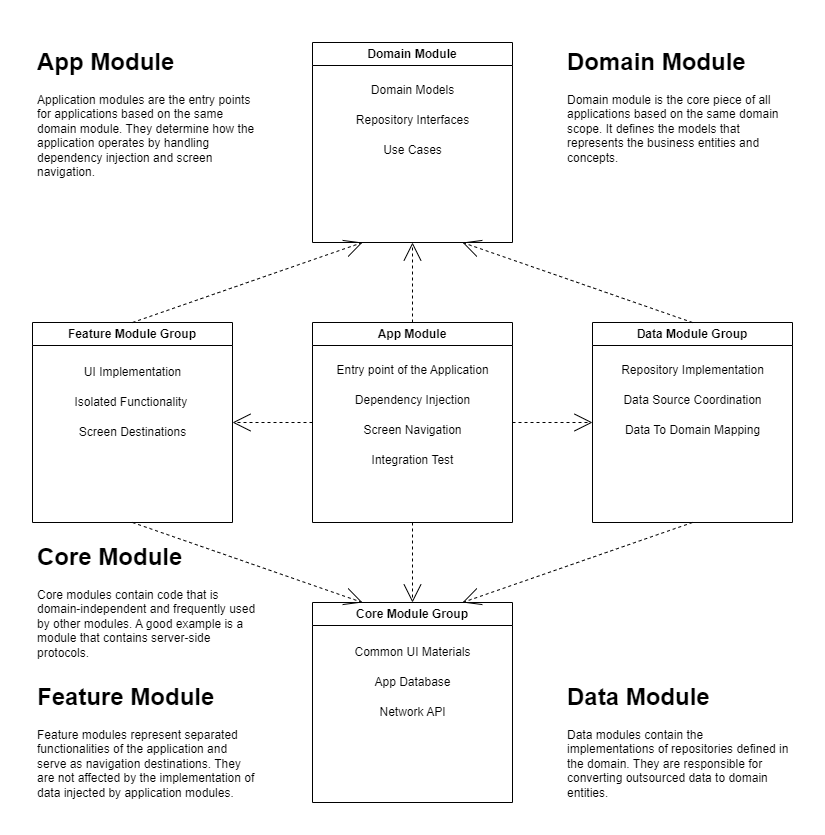
The draw.io diagram docs/diagrams/Android App Architecture Overview.png in Deathhit/TaipeiTour, before a commit. Source tidied: cells renumbered, new cells last; positions are measured from the earlier drawing's top-left corner, leaving out a move shared by most shapes. Its diagram source:
```xml
<mxGraphModel>
  <root>
    <mxCell id="0" />
    <mxCell id="1" parent="0" />
    <mxCell id="2" style="group;" parent="1" vertex="1">
      <mxGeometry width="760" height="760" as="geometry" />
    </mxCell>
    <mxCell id="3" value="Feature Module Group" style="swimlane;whiteSpace=wrap;html=1;" parent="2" vertex="1">
      <mxGeometry y="280" width="200" height="200" as="geometry" />
    </mxCell>
    <mxCell id="4" value="App Module" style="swimlane;whiteSpace=wrap;html=1;" parent="2" vertex="1">
      <mxGeometry x="280" y="280" width="200" height="200" as="geometry" />
    </mxCell>
    <mxCell id="5" value="Data Module Group" style="swimlane;whiteSpace=wrap;html=1;" parent="2" vertex="1">
      <mxGeometry x="560" y="280" width="200" height="200" as="geometry" />
    </mxCell>
    <mxCell id="6" value="Core Module Group" style="swimlane;whiteSpace=wrap;html=1;" parent="2" vertex="1">
      <mxGeometry x="280" y="560" width="200" height="200" as="geometry" />
    </mxCell>
    <mxCell id="7" value="Domain Module" style="swimlane;whiteSpace=wrap;html=1;" parent="2" vertex="1">
      <mxGeometry x="280" width="200" height="200" as="geometry" />
    </mxCell>
    <mxCell id="8" style="edgeStyle=none;rounded=0;html=1;dashed=1;labelBackgroundColor=none;startArrow=none;startFill=0;startSize=8;endArrow=open;endFill=0;endSize=16;fontFamily=Verdana;fontSize=12;entryX=0.25;entryY=1;entryDx=0;entryDy=0;exitX=0.5;exitY=0;exitDx=0;exitDy=0;" parent="2" edge="1" source="3" target="7">
      <mxGeometry relative="1" as="geometry" />
    </mxCell>
    <mxCell id="9" style="edgeStyle=none;rounded=0;html=1;dashed=1;labelBackgroundColor=none;startArrow=none;startFill=0;startSize=8;endArrow=open;endFill=0;endSize=16;fontFamily=Verdana;fontSize=12;exitX=0.5;exitY=0;exitDx=0;exitDy=0;entryX=0.5;entryY=1;entryDx=0;entryDy=0;" parent="2" edge="1" source="4" target="7">
      <mxGeometry relative="1" as="geometry" />
    </mxCell>
    <mxCell id="10" style="edgeStyle=none;rounded=0;html=1;dashed=1;labelBackgroundColor=none;startArrow=none;startFill=0;startSize=8;endArrow=open;endFill=0;endSize=16;fontFamily=Verdana;fontSize=12;exitX=0.5;exitY=0;exitDx=0;exitDy=0;entryX=0.75;entryY=1;entryDx=0;entryDy=0;" parent="2" edge="1" source="5" target="7">
      <mxGeometry relative="1" as="geometry" />
    </mxCell>
    <mxCell id="11" style="edgeStyle=none;rounded=0;html=1;dashed=1;labelBackgroundColor=none;startArrow=none;startFill=0;startSize=8;endArrow=open;endFill=0;endSize=16;fontFamily=Verdana;fontSize=12;entryX=1;entryY=0.5;entryDx=0;entryDy=0;exitX=0;exitY=0.5;exitDx=0;exitDy=0;" parent="2" edge="1" source="4" target="3">
      <mxGeometry relative="1" as="geometry" />
    </mxCell>
    <mxCell id="12" style="edgeStyle=none;rounded=0;html=1;dashed=1;labelBackgroundColor=none;startArrow=none;startFill=0;startSize=8;endArrow=open;endFill=0;endSize=16;fontFamily=Verdana;fontSize=12;entryX=0;entryY=0.5;entryDx=0;entryDy=0;exitX=1;exitY=0.5;exitDx=0;exitDy=0;" parent="2" edge="1" source="4" target="5">
      <mxGeometry relative="1" as="geometry" />
    </mxCell>
    <mxCell id="13" style="edgeStyle=none;rounded=0;html=1;dashed=1;labelBackgroundColor=none;startArrow=none;startFill=0;startSize=8;endArrow=open;endFill=0;endSize=16;fontFamily=Verdana;fontSize=12;entryX=0.25;entryY=0;entryDx=0;entryDy=0;exitX=0.5;exitY=1;exitDx=0;exitDy=0;" parent="2" edge="1" source="3" target="6">
      <mxGeometry relative="1" as="geometry" />
    </mxCell>
    <mxCell id="14" style="edgeStyle=none;rounded=0;html=1;dashed=1;labelBackgroundColor=none;startArrow=none;startFill=0;startSize=8;endArrow=open;endFill=0;endSize=16;fontFamily=Verdana;fontSize=12;exitX=0.5;exitY=1;exitDx=0;exitDy=0;entryX=0.5;entryY=0;entryDx=0;entryDy=0;" parent="2" edge="1" source="4" target="6">
      <mxGeometry relative="1" as="geometry" />
    </mxCell>
    <mxCell id="15" style="edgeStyle=none;rounded=0;html=1;dashed=1;labelBackgroundColor=none;startArrow=none;startFill=0;startSize=8;endArrow=open;endFill=0;endSize=16;fontFamily=Verdana;fontSize=12;exitX=0.5;exitY=1;exitDx=0;exitDy=0;entryX=0.75;entryY=0;entryDx=0;entryDy=0;" parent="2" edge="1" source="5" target="6">
      <mxGeometry relative="1" as="geometry" />
    </mxCell>
    <mxCell id="16" value="Isolated Functionality&amp;nbsp;" style="text;html=1;align=center;verticalAlign=middle;strokeColor=none;fillColor=none;" parent="2" vertex="1">
      <mxGeometry x="30" y="345" width="140" height="30" as="geometry" />
    </mxCell>
    <mxCell id="17" value="Screen Destinations" style="text;html=1;align=center;verticalAlign=middle;strokeColor=none;fillColor=none;" parent="2" vertex="1">
      <mxGeometry x="35" y="375" width="130" height="30" as="geometry" />
    </mxCell>
    <mxCell id="18" value="UI Implementation" style="text;html=1;align=center;verticalAlign=middle;strokeColor=none;fillColor=none;" parent="2" vertex="1">
      <mxGeometry x="40" y="315" width="120" height="30" as="geometry" />
    </mxCell>
    <mxCell id="19" value="Repository Implementation" style="text;html=1;align=center;verticalAlign=middle;strokeColor=none;fillColor=none;" parent="2" vertex="1">
      <mxGeometry x="575" y="313" width="170" height="30" as="geometry" />
    </mxCell>
    <mxCell id="20" value="Data Source Coordination" style="text;html=1;align=center;verticalAlign=middle;strokeColor=none;fillColor=none;" parent="2" vertex="1">
      <mxGeometry x="580" y="343" width="160" height="30" as="geometry" />
    </mxCell>
    <mxCell id="21" value="Data To Domain Mapping" style="text;html=1;align=center;verticalAlign=middle;strokeColor=none;fillColor=none;" parent="2" vertex="1">
      <mxGeometry x="580" y="373" width="160" height="30" as="geometry" />
    </mxCell>
    <mxCell id="22" value="Common UI Materials" style="text;html=1;align=center;verticalAlign=middle;strokeColor=none;fillColor=none;" parent="2" vertex="1">
      <mxGeometry x="310" y="595" width="140" height="30" as="geometry" />
    </mxCell>
    <mxCell id="23" value="App Database" style="text;html=1;align=center;verticalAlign=middle;strokeColor=none;fillColor=none;" parent="2" vertex="1">
      <mxGeometry x="330" y="625" width="100" height="30" as="geometry" />
    </mxCell>
    <mxCell id="24" value="Network API" style="text;html=1;align=center;verticalAlign=middle;strokeColor=none;fillColor=none;" parent="2" vertex="1">
      <mxGeometry x="335" y="655" width="90" height="30" as="geometry" />
    </mxCell>
    <mxCell id="25" value="Domain Models" style="text;html=1;align=center;verticalAlign=middle;strokeColor=none;fillColor=none;" parent="2" vertex="1">
      <mxGeometry x="325" y="33" width="110" height="30" as="geometry" />
    </mxCell>
    <mxCell id="26" value="Repository Interfaces" style="text;html=1;align=center;verticalAlign=middle;strokeColor=none;fillColor=none;" parent="2" vertex="1">
      <mxGeometry x="310" y="63" width="140" height="30" as="geometry" />
    </mxCell>
    <mxCell id="27" value="Use Cases" style="text;html=1;align=center;verticalAlign=middle;strokeColor=none;fillColor=none;" parent="2" vertex="1">
      <mxGeometry x="340" y="93" width="80" height="30" as="geometry" />
    </mxCell>
    <mxCell id="28" value="&lt;h1&gt;App Module&lt;/h1&gt;&lt;p&gt;Application modules are the entry points for applications based on the same domain module. They determine how the application operates by handling dependency injection and screen navigation.&amp;nbsp;&lt;/p&gt;" style="text;html=1;strokeColor=none;fillColor=none;spacing=5;spacingTop=-20;whiteSpace=wrap;overflow=hidden;rounded=0;" parent="2" vertex="1">
      <mxGeometry width="230" height="145" as="geometry" />
    </mxCell>
    <mxCell id="29" value="&lt;h1&gt;Feature Module&lt;/h1&gt;&lt;p&gt;Feature modules represent separated functionalities of the application and serve as navigation destinations. They are not affected by the implementation of data injected by application modules.&lt;br&gt;&lt;/p&gt;" style="text;html=1;strokeColor=none;fillColor=none;spacing=5;spacingTop=-20;whiteSpace=wrap;overflow=hidden;rounded=0;" parent="2" vertex="1">
      <mxGeometry y="635" width="230" height="125" as="geometry" />
    </mxCell>
    <mxCell id="30" value="&lt;h1&gt;Data Module&lt;/h1&gt;&lt;p&gt;Data modules contain the implementations of repositories defined in the domain. They are responsible for converting outsourced data to domain entities.&lt;/p&gt;" style="text;html=1;strokeColor=none;fillColor=none;spacing=5;spacingTop=-20;whiteSpace=wrap;overflow=hidden;rounded=0;" parent="2" vertex="1">
      <mxGeometry x="530" y="635" width="230" height="125" as="geometry" />
    </mxCell>
    <mxCell id="31" value="&lt;h1&gt;Core Module&lt;/h1&gt;&lt;p&gt;Core modules contain code that is domain-independent and frequently used by other modules. A good example is a module that contains server-side protocols.&lt;/p&gt;" style="text;html=1;strokeColor=none;fillColor=none;spacing=5;spacingTop=-20;whiteSpace=wrap;overflow=hidden;rounded=0;" parent="2" vertex="1">
      <mxGeometry y="495" width="230" height="130" as="geometry" />
    </mxCell>
    <mxCell id="32" value="Entry point of the Application" style="text;html=1;align=center;verticalAlign=middle;strokeColor=none;fillColor=none;" parent="2" vertex="1">
      <mxGeometry x="290" y="313" width="180" height="30" as="geometry" />
    </mxCell>
    <mxCell id="33" value="Dependency Injection" style="text;html=1;align=center;verticalAlign=middle;strokeColor=none;fillColor=none;" parent="2" vertex="1">
      <mxGeometry x="310" y="343" width="140" height="30" as="geometry" />
    </mxCell>
    <mxCell id="34" value="Screen Navigation" style="text;html=1;align=center;verticalAlign=middle;strokeColor=none;fillColor=none;" parent="2" vertex="1">
      <mxGeometry x="320" y="373" width="120" height="30" as="geometry" />
    </mxCell>
    <mxCell id="35" value="Integration Test" style="text;html=1;align=center;verticalAlign=middle;strokeColor=none;fillColor=none;" parent="2" vertex="1">
      <mxGeometry x="325" y="403" width="110" height="30" as="geometry" />
    </mxCell>
    <mxCell id="36" value="&lt;h1&gt;Domain Module&lt;/h1&gt;&lt;p&gt;Domain module is the core piece of all applications based on the same domain scope. It defines the models that represents the business entities and concepts.&lt;/p&gt;" style="text;html=1;strokeColor=none;fillColor=none;spacing=5;spacingTop=-20;whiteSpace=wrap;overflow=hidden;rounded=0;" parent="2" vertex="1">
      <mxGeometry x="530" width="230" height="145" as="geometry" />
    </mxCell>
  </root>
</mxGraphModel>
```
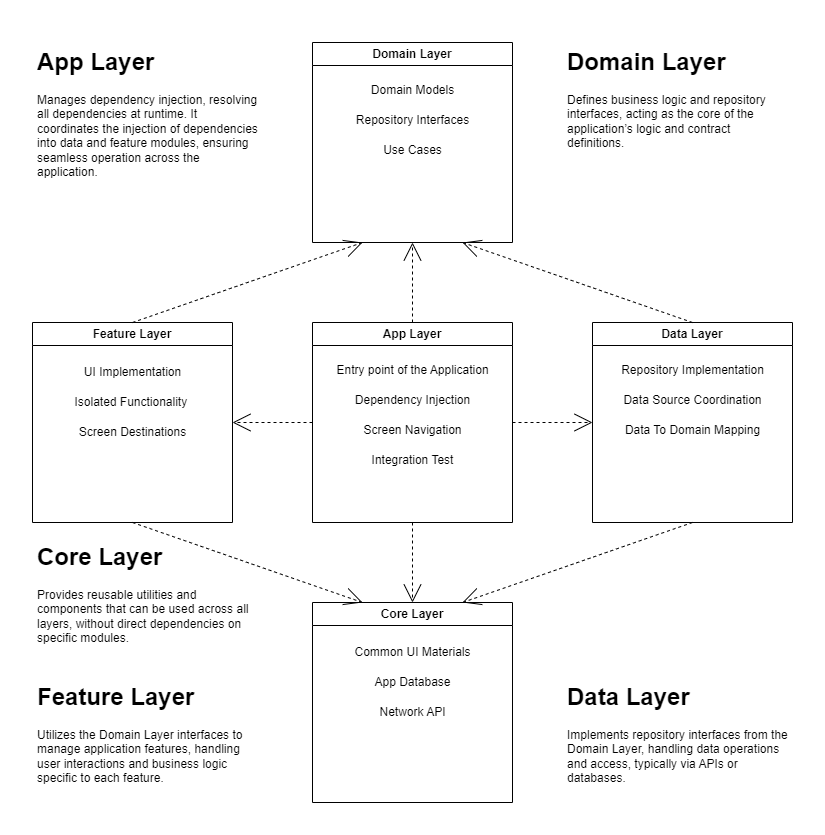
Later version of the same file.

Commit message:
Update the architecture overview diagram.

Change to the diagram source:
```diff
@@ -5,19 +5,19 @@
     <mxCell id="2" style="group;" parent="1" vertex="1">
       <mxGeometry width="760" height="760" as="geometry" />
     </mxCell>
-    <mxCell id="3" value="Feature Module Group" style="swimlane;whiteSpace=wrap;html=1;" parent="2" vertex="1">
+    <mxCell id="3" value="Feature Layer" style="swimlane;whiteSpace=wrap;html=1;" parent="2" vertex="1">
       <mxGeometry y="280" width="200" height="200" as="geometry" />
     </mxCell>
-    <mxCell id="4" value="App Module" style="swimlane;whiteSpace=wrap;html=1;" parent="2" vertex="1">
+    <mxCell id="4" value="App Layer" style="swimlane;whiteSpace=wrap;html=1;" parent="2" vertex="1">
       <mxGeometry x="280" y="280" width="200" height="200" as="geometry" />
     </mxCell>
-    <mxCell id="5" value="Data Module Group" style="swimlane;whiteSpace=wrap;html=1;" parent="2" vertex="1">
+    <mxCell id="5" value="Data Layer" style="swimlane;whiteSpace=wrap;html=1;" parent="2" vertex="1">
       <mxGeometry x="560" y="280" width="200" height="200" as="geometry" />
     </mxCell>
-    <mxCell id="6" value="Core Module Group" style="swimlane;whiteSpace=wrap;html=1;" parent="2" vertex="1">
+    <mxCell id="6" value="Core Layer" style="swimlane;whiteSpace=wrap;html=1;" parent="2" vertex="1">
       <mxGeometry x="280" y="560" width="200" height="200" as="geometry" />
     </mxCell>
-    <mxCell id="7" value="Domain Module" style="swimlane;whiteSpace=wrap;html=1;" parent="2" vertex="1">
+    <mxCell id="7" value="Domain Layer" style="swimlane;whiteSpace=wrap;html=1;" parent="2" vertex="1">
       <mxGeometry x="280" width="200" height="200" as="geometry" />
     </mxCell>
     <mxCell id="8" style="edgeStyle=none;rounded=0;html=1;dashed=1;labelBackgroundColor=none;startArrow=none;startFill=0;startSize=8;endArrow=open;endFill=0;endSize=16;fontFamily=Verdana;fontSize=12;entryX=0.25;entryY=1;entryDx=0;entryDy=0;exitX=0.5;exitY=0;exitDx=0;exitDy=0;" parent="2" edge="1" source="3" target="7">
@@ -80,16 +80,16 @@
     <mxCell id="27" value="Use Cases" style="text;html=1;align=center;verticalAlign=middle;strokeColor=none;fillColor=none;" parent="2" vertex="1">
       <mxGeometry x="340" y="93" width="80" height="30" as="geometry" />
     </mxCell>
-    <mxCell id="28" value="&lt;h1&gt;App Module&lt;/h1&gt;&lt;p&gt;Application modules are the entry points for applications based on the same domain module. They determine how the application operates by handling dependency injection and screen navigation.&amp;nbsp;&lt;/p&gt;" style="text;html=1;strokeColor=none;fillColor=none;spacing=5;spacingTop=-20;whiteSpace=wrap;overflow=hidden;rounded=0;" parent="2" vertex="1">
+    <mxCell id="28" value="&lt;h1&gt;App Layer&lt;/h1&gt;&lt;p&gt;Manages dependency injection, resolving all dependencies at runtime. It coordinates the injection of dependencies into data and feature modules, ensuring seamless operation across the application.&lt;/p&gt;" style="text;html=1;strokeColor=none;fillColor=none;spacing=5;spacingTop=-20;whiteSpace=wrap;overflow=hidden;rounded=0;" parent="2" vertex="1">
       <mxGeometry width="230" height="145" as="geometry" />
     </mxCell>
-    <mxCell id="29" value="&lt;h1&gt;Feature Module&lt;/h1&gt;&lt;p&gt;Feature modules represent separated functionalities of the application and serve as navigation destinations. They are not affected by the implementation of data injected by application modules.&lt;br&gt;&lt;/p&gt;" style="text;html=1;strokeColor=none;fillColor=none;spacing=5;spacingTop=-20;whiteSpace=wrap;overflow=hidden;rounded=0;" parent="2" vertex="1">
+    <mxCell id="29" value="&lt;h1&gt;Feature Layer&lt;/h1&gt;&lt;p&gt;Utilizes the Domain Layer interfaces to manage application features, handling user interactions and business logic specific to each feature.&lt;br&gt;&lt;/p&gt;" style="text;html=1;strokeColor=none;fillColor=none;spacing=5;spacingTop=-20;whiteSpace=wrap;overflow=hidden;rounded=0;" parent="2" vertex="1">
       <mxGeometry y="635" width="230" height="125" as="geometry" />
     </mxCell>
-    <mxCell id="30" value="&lt;h1&gt;Data Module&lt;/h1&gt;&lt;p&gt;Data modules contain the implementations of repositories defined in the domain. They are responsible for converting outsourced data to domain entities.&lt;/p&gt;" style="text;html=1;strokeColor=none;fillColor=none;spacing=5;spacingTop=-20;whiteSpace=wrap;overflow=hidden;rounded=0;" parent="2" vertex="1">
+    <mxCell id="30" value="&lt;h1&gt;Data Layer&lt;/h1&gt;&lt;p&gt;Implements repository interfaces from the Domain Layer, handling data operations and access, typically via APIs or databases.&lt;/p&gt;" style="text;html=1;strokeColor=none;fillColor=none;spacing=5;spacingTop=-20;whiteSpace=wrap;overflow=hidden;rounded=0;" parent="2" vertex="1">
       <mxGeometry x="530" y="635" width="230" height="125" as="geometry" />
     </mxCell>
-    <mxCell id="31" value="&lt;h1&gt;Core Module&lt;/h1&gt;&lt;p&gt;Core modules contain code that is domain-independent and frequently used by other modules. A good example is a module that contains server-side protocols.&lt;/p&gt;" style="text;html=1;strokeColor=none;fillColor=none;spacing=5;spacingTop=-20;whiteSpace=wrap;overflow=hidden;rounded=0;" parent="2" vertex="1">
+    <mxCell id="31" value="&lt;h1&gt;Core Layer&lt;/h1&gt;&lt;p&gt;Provides reusable utilities and components that can be used across all layers, without direct dependencies on specific modules.&lt;/p&gt;" style="text;html=1;strokeColor=none;fillColor=none;spacing=5;spacingTop=-20;whiteSpace=wrap;overflow=hidden;rounded=0;" parent="2" vertex="1">
       <mxGeometry y="495" width="230" height="130" as="geometry" />
     </mxCell>
     <mxCell id="32" value="Entry point of the Application" style="text;html=1;align=center;verticalAlign=middle;strokeColor=none;fillColor=none;" parent="2" vertex="1">
@@ -104,7 +104,7 @@
     <mxCell id="35" value="Integration Test" style="text;html=1;align=center;verticalAlign=middle;strokeColor=none;fillColor=none;" parent="2" vertex="1">
       <mxGeometry x="325" y="403" width="110" height="30" as="geometry" />
     </mxCell>
-    <mxCell id="36" value="&lt;h1&gt;Domain Module&lt;/h1&gt;&lt;p&gt;Domain module is the core piece of all applications based on the same domain scope. It defines the models that represents the business entities and concepts.&lt;/p&gt;" style="text;html=1;strokeColor=none;fillColor=none;spacing=5;spacingTop=-20;whiteSpace=wrap;overflow=hidden;rounded=0;" parent="2" vertex="1">
+    <mxCell id="36" value="&lt;h1&gt;Domain Layer&lt;/h1&gt;&lt;p&gt;Defines business logic and repository interfaces, acting as the core of the application’s logic and contract definitions.&lt;/p&gt;" style="text;html=1;strokeColor=none;fillColor=none;spacing=5;spacingTop=-20;whiteSpace=wrap;overflow=hidden;rounded=0;" parent="2" vertex="1">
       <mxGeometry x="530" width="230" height="145" as="geometry" />
     </mxCell>
   </root>
```
